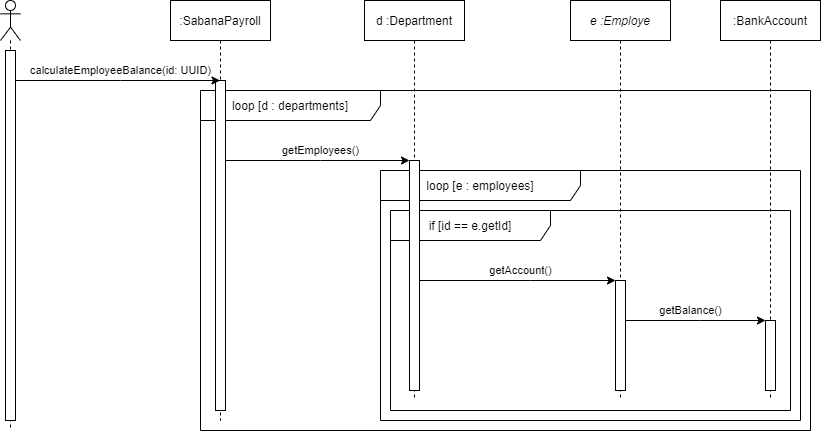
Cafeleyos/MUNOZ-SANTOS-SABANA-POOB-2021-1-LAB-ABSTRACT-CLASS keeps this draw.io diagram as img/calculateemployeebalance-sequence-diagram.png. Above is the earlier version. Source tidied: cells renumbered, new cells last; positions are measured from the earlier drawing's top-left corner, leaving out a move shared by most shapes. Its diagram source:
```xml
<mxGraphModel>
  <root>
    <mxCell id="0" />
    <mxCell id="1" parent="0" />
    <mxCell id="2" value="loop [d : departments]" style="shape=umlFrame;whiteSpace=wrap;html=1;width=180;height=30;" parent="1" vertex="1">
      <mxGeometry x="200" y="90" width="610" height="340" as="geometry" />
    </mxCell>
    <mxCell id="3" value="loop [e : employees]" style="shape=umlFrame;whiteSpace=wrap;html=1;width=200;height=30;" parent="1" vertex="1">
      <mxGeometry x="380" y="170" width="420" height="250" as="geometry" />
    </mxCell>
    <mxCell id="4" value="if [id == e.getId]" style="shape=umlFrame;whiteSpace=wrap;html=1;width=160;height=30;" parent="1" vertex="1">
      <mxGeometry x="390" y="210" width="400" height="200" as="geometry" />
    </mxCell>
    <mxCell id="5" style="shape=umlLifeline;participant=umlActor;perimeter=lifelinePerimeter;whiteSpace=wrap;html=1;verticalAlign=top;spacingTop=36;" parent="1" vertex="1">
      <mxGeometry width="20" height="430" as="geometry" />
    </mxCell>
    <mxCell id="6" style="html=1;points=[];perimeter=orthogonalPerimeter;" parent="5" vertex="1">
      <mxGeometry x="5" y="50" width="10" height="370" as="geometry" />
    </mxCell>
    <mxCell id="7" value=":SabanaPayroll" style="shape=umlLifeline;perimeter=lifelinePerimeter;whiteSpace=wrap;html=1;outlineConnect=0;" parent="1" vertex="1">
      <mxGeometry x="170" width="100" height="420" as="geometry" />
    </mxCell>
    <mxCell id="8" style="html=1;points=[];perimeter=orthogonalPerimeter;" parent="7" vertex="1">
      <mxGeometry x="45" y="80" width="10" height="330" as="geometry" />
    </mxCell>
    <mxCell id="9" value="calculateEmployeeBalance(id: UUID)" style="edgeStyle=orthogonalEdgeStyle;rounded=0;jettySize=auto;html=1;" parent="1" edge="1" source="6" target="7">
      <mxGeometry x="0.03" y="10" relative="1" as="geometry">
        <Array as="points">
          <mxPoint x="120" y="80" />
          <mxPoint x="120" y="80" />
        </Array>
      </mxGeometry>
    </mxCell>
    <mxCell id="10" value="d :Department" style="shape=umlLifeline;perimeter=lifelinePerimeter;whiteSpace=wrap;html=1;" parent="1" vertex="1">
      <mxGeometry x="364" width="100" height="400" as="geometry" />
    </mxCell>
    <mxCell id="11" style="html=1;points=[];perimeter=orthogonalPerimeter;" parent="10" vertex="1">
      <mxGeometry x="45" y="160" width="10" height="230" as="geometry" />
    </mxCell>
    <mxCell id="12" value="getEmployees()" style="edgeStyle=orthogonalEdgeStyle;rounded=0;jettySize=auto;html=1;" parent="1" edge="1" source="8" target="11">
      <mxGeometry x="0.03" y="10" relative="1" as="geometry">
        <Array as="points">
          <mxPoint x="320" y="160" />
          <mxPoint x="320" y="160" />
        </Array>
      </mxGeometry>
    </mxCell>
    <mxCell id="13" value="&lt;i&gt;e :Employe&lt;/i&gt;" style="shape=umlLifeline;perimeter=lifelinePerimeter;whiteSpace=wrap;html=1;" parent="1" vertex="1">
      <mxGeometry x="570" width="100" height="400" as="geometry" />
    </mxCell>
    <mxCell id="14" style="html=1;points=[];perimeter=orthogonalPerimeter;" parent="13" vertex="1">
      <mxGeometry x="45" y="280" width="10" height="110" as="geometry" />
    </mxCell>
    <mxCell id="15" value="getAccount()" style="edgeStyle=orthogonalEdgeStyle;rounded=0;jettySize=auto;html=1;" parent="1" edge="1" source="11" target="14">
      <mxGeometry x="0.03" y="10" relative="1" as="geometry">
        <Array as="points">
          <mxPoint x="530" y="280" />
          <mxPoint x="530" y="280" />
        </Array>
      </mxGeometry>
    </mxCell>
    <mxCell id="16" value=":BankAccount" style="shape=umlLifeline;perimeter=lifelinePerimeter;whiteSpace=wrap;html=1;" parent="1" vertex="1">
      <mxGeometry x="720" width="100" height="400" as="geometry" />
    </mxCell>
    <mxCell id="17" style="html=1;points=[];perimeter=orthogonalPerimeter;" parent="16" vertex="1">
      <mxGeometry x="45" y="320" width="10" height="70" as="geometry" />
    </mxCell>
    <mxCell id="18" value="getBalance()" style="edgeStyle=orthogonalEdgeStyle;rounded=0;jettySize=auto;html=1;" parent="1" edge="1" source="14" target="17">
      <mxGeometry x="-0.07" y="10" relative="1" as="geometry">
        <Array as="points">
          <mxPoint x="700" y="320" />
          <mxPoint x="700" y="320" />
        </Array>
      </mxGeometry>
    </mxCell>
  </root>
</mxGraphModel>
```
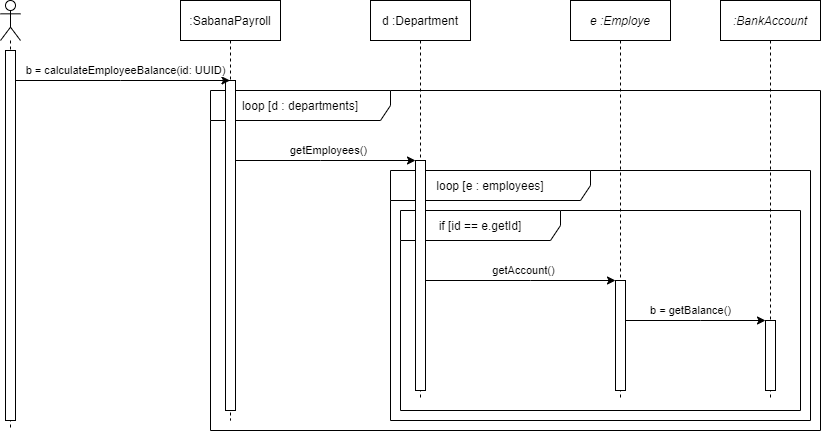
Above is the later version.

Diff of the diagram source:
```diff
@@ -3,13 +3,13 @@
     <mxCell id="0" />
     <mxCell id="1" parent="0" />
     <mxCell id="2" value="loop [d : departments]" style="shape=umlFrame;whiteSpace=wrap;html=1;width=180;height=30;" parent="1" vertex="1">
-      <mxGeometry x="200" y="90" width="610" height="340" as="geometry" />
+      <mxGeometry x="210" y="90" width="610" height="340" as="geometry" />
     </mxCell>
     <mxCell id="3" value="loop [e : employees]" style="shape=umlFrame;whiteSpace=wrap;html=1;width=200;height=30;" parent="1" vertex="1">
-      <mxGeometry x="380" y="170" width="420" height="250" as="geometry" />
+      <mxGeometry x="390" y="170" width="420" height="250" as="geometry" />
     </mxCell>
     <mxCell id="4" value="if [id == e.getId]" style="shape=umlFrame;whiteSpace=wrap;html=1;width=160;height=30;" parent="1" vertex="1">
-      <mxGeometry x="390" y="210" width="400" height="200" as="geometry" />
+      <mxGeometry x="400" y="210" width="400" height="200" as="geometry" />
     </mxCell>
     <mxCell id="5" style="shape=umlLifeline;participant=umlActor;perimeter=lifelinePerimeter;whiteSpace=wrap;html=1;verticalAlign=top;spacingTop=36;" parent="1" vertex="1">
       <mxGeometry width="20" height="430" as="geometry" />
@@ -18,12 +18,12 @@
       <mxGeometry x="5" y="50" width="10" height="370" as="geometry" />
     </mxCell>
     <mxCell id="7" value=":SabanaPayroll" style="shape=umlLifeline;perimeter=lifelinePerimeter;whiteSpace=wrap;html=1;outlineConnect=0;" parent="1" vertex="1">
-      <mxGeometry x="170" width="100" height="420" as="geometry" />
+      <mxGeometry x="180" width="100" height="420" as="geometry" />
     </mxCell>
     <mxCell id="8" style="html=1;points=[];perimeter=orthogonalPerimeter;" parent="7" vertex="1">
       <mxGeometry x="45" y="80" width="10" height="330" as="geometry" />
     </mxCell>
-    <mxCell id="9" value="calculateEmployeeBalance(id: UUID)" style="edgeStyle=orthogonalEdgeStyle;rounded=0;jettySize=auto;html=1;" parent="1" edge="1" source="6" target="7">
+    <mxCell id="9" value="b = calculateEmployeeBalance(id: UUID)" style="edgeStyle=orthogonalEdgeStyle;rounded=0;jettySize=auto;html=1;" parent="1" edge="1" source="6" target="7">
       <mxGeometry x="0.03" y="10" relative="1" as="geometry">
         <Array as="points">
           <mxPoint x="120" y="80" />
@@ -32,7 +32,7 @@
       </mxGeometry>
     </mxCell>
     <mxCell id="10" value="d :Department" style="shape=umlLifeline;perimeter=lifelinePerimeter;whiteSpace=wrap;html=1;" parent="1" vertex="1">
-      <mxGeometry x="364" width="100" height="400" as="geometry" />
+      <mxGeometry x="370" width="100" height="400" as="geometry" />
     </mxCell>
     <mxCell id="11" style="html=1;points=[];perimeter=orthogonalPerimeter;" parent="10" vertex="1">
       <mxGeometry x="45" y="160" width="10" height="230" as="geometry" />
@@ -59,13 +59,13 @@
         </Array>
       </mxGeometry>
     </mxCell>
-    <mxCell id="16" value=":BankAccount" style="shape=umlLifeline;perimeter=lifelinePerimeter;whiteSpace=wrap;html=1;" parent="1" vertex="1">
+    <mxCell id="16" value=":BankAccount" style="shape=umlLifeline;perimeter=lifelinePerimeter;whiteSpace=wrap;html=1;fontStyle=2;" parent="1" vertex="1">
       <mxGeometry x="720" width="100" height="400" as="geometry" />
     </mxCell>
     <mxCell id="17" style="html=1;points=[];perimeter=orthogonalPerimeter;" parent="16" vertex="1">
       <mxGeometry x="45" y="320" width="10" height="70" as="geometry" />
     </mxCell>
-    <mxCell id="18" value="getBalance()" style="edgeStyle=orthogonalEdgeStyle;rounded=0;jettySize=auto;html=1;" parent="1" edge="1" source="14" target="17">
+    <mxCell id="18" value="b = getBalance()" style="edgeStyle=orthogonalEdgeStyle;rounded=0;jettySize=auto;html=1;" parent="1" edge="1" source="14" target="17">
       <mxGeometry x="-0.07" y="10" relative="1" as="geometry">
         <Array as="points">
           <mxPoint x="700" y="320" />
```
